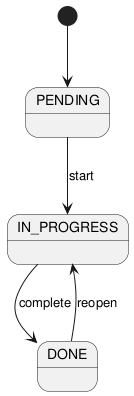
Before: experiments/pipeline/structured_text/TODO/artifacts/state_diagram.png, a diagram exported from PlantUML (DanielRiha8906/Software_autoevolution_using_agents).
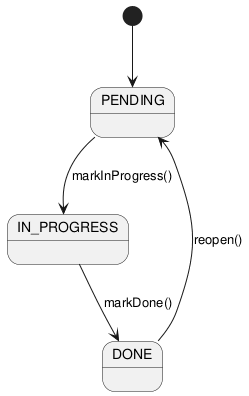
Later version of the same file.

The edit, as a diff of the source:
```diff
@@ -2,8 +2,8 @@
 
 [*] --> PENDING
 
-PENDING --> IN_PROGRESS : start
-IN_PROGRESS --> DONE : complete
-DONE --> IN_PROGRESS : reopen
+PENDING --> IN_PROGRESS : markInProgress()
+IN_PROGRESS --> DONE : markDone()
+DONE --> PENDING : reopen()
 
 @enduml
```
